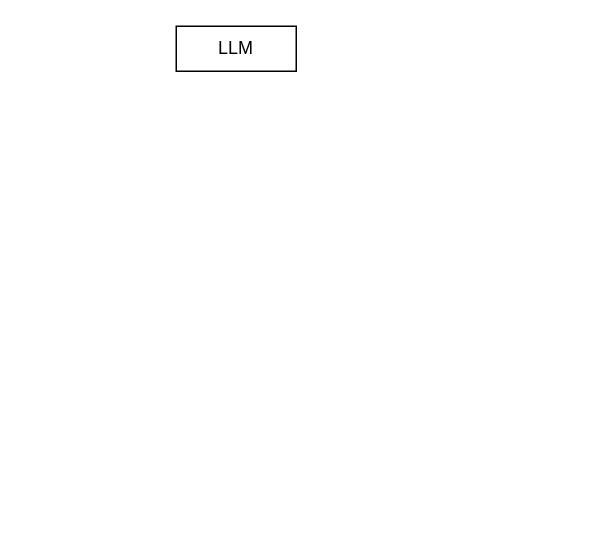
XPengZhao/Data-Visualization keeps this draw.io diagram as docs/Untitled Diagram.drawio. Above is the earlier version. Source tidied: cells renumbered, new cells numbered last; positions are measured from the earlier drawing's top-left corner, leaving out a move shared by most shapes. Both pictures are drawn from the tidied source at 150%, with x=0, y=0 at pixel (176, 26).
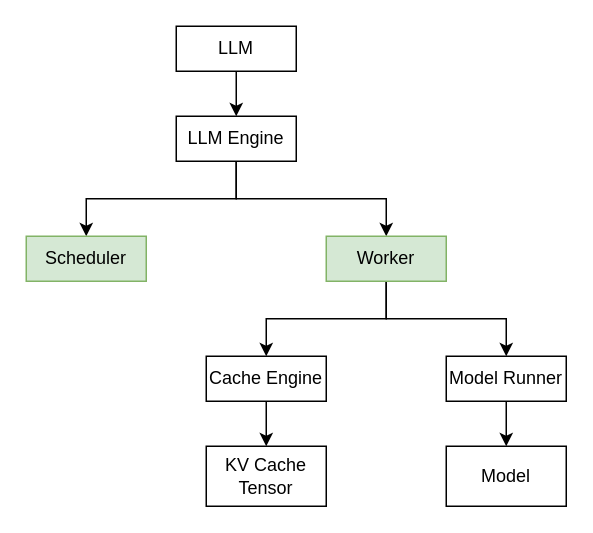
After the change.

Change to the diagram source:
```diff
@@
 <mxGraphModel>
   <root>
     <mxCell id="0" />
     <mxCell id="1" parent="0" />
+    <mxCell id="3" style="edgeStyle=orthogonalEdgeStyle;rounded=0;jettySize=auto;html=1;" parent="1" edge="1" source="2" target="6">
+      <mxGeometry relative="1" as="geometry" />
+    </mxCell>
     <mxCell id="2" value="LLM" style="rounded=0;whiteSpace=wrap;html=1;" parent="1" vertex="1">
       <mxGeometry width="80" height="30" as="geometry" />
     </mxCell>
+    <mxCell id="4" style="edgeStyle=orthogonalEdgeStyle;rounded=0;jettySize=auto;html=1;exitX=0.5;exitY=1;exitDx=0;exitDy=0;entryX=0.5;entryY=0;entryDx=0;entryDy=0;" parent="1" edge="1" source="6" target="7">
+      <mxGeometry relative="1" as="geometry" />
+    </mxCell>
+    <mxCell id="5" style="edgeStyle=orthogonalEdgeStyle;rounded=0;jettySize=auto;html=1;exitX=0.5;exitY=1;exitDx=0;exitDy=0;entryX=0.5;entryY=0;entryDx=0;entryDy=0;" parent="1" edge="1" source="6" target="10">
+      <mxGeometry relative="1" as="geometry" />
+    </mxCell>
+    <mxCell id="6" value="LLM Engine" style="rounded=0;whiteSpace=wrap;html=1;" parent="1" vertex="1">
+      <mxGeometry y="60" width="80" height="30" as="geometry" />
+    </mxCell>
+    <mxCell id="7" value="Scheduler" style="rounded=0;whiteSpace=wrap;html=1;fillColor=#d5e8d4;strokeColor=#82b366;" parent="1" vertex="1">
+      <mxGeometry x="-100" y="140" width="80" height="30" as="geometry" />
+    </mxCell>
+    <mxCell id="8" style="edgeStyle=orthogonalEdgeStyle;rounded=0;jettySize=auto;html=1;exitX=0.5;exitY=1;exitDx=0;exitDy=0;entryX=0.5;entryY=0;entryDx=0;entryDy=0;" parent="1" edge="1" source="10" target="11">
+      <mxGeometry relative="1" as="geometry" />
+    </mxCell>
+    <mxCell id="9" style="edgeStyle=orthogonalEdgeStyle;rounded=0;jettySize=auto;html=1;exitX=0.5;exitY=1;exitDx=0;exitDy=0;entryX=0.5;entryY=0;entryDx=0;entryDy=0;" parent="1" edge="1" source="10" target="12">
+      <mxGeometry relative="1" as="geometry" />
+    </mxCell>
+    <mxCell id="10" value="Worker" style="rounded=0;whiteSpace=wrap;html=1;fillColor=#d5e8d4;strokeColor=#82b366;" parent="1" vertex="1">
+      <mxGeometry x="100" y="140" width="80" height="30" as="geometry" />
+    </mxCell>
+    <mxCell id="11" value="Cache Engine" style="rounded=0;whiteSpace=wrap;html=1;" parent="1" vertex="1">
+      <mxGeometry x="20" y="220" width="80" height="30" as="geometry" />
+    </mxCell>
+    <mxCell id="12" value="Model Runner" style="rounded=0;whiteSpace=wrap;html=1;" parent="1" vertex="1">
+      <mxGeometry x="180" y="220" width="80" height="30" as="geometry" />
+    </mxCell>
+    <mxCell id="13" style="endArrow=classic;html=1;rounded=0;exitX=0.5;exitY=1;exitDx=0;exitDy=0;entryX=0.5;entryY=0;entryDx=0;entryDy=0;" parent="1" edge="1" source="11" target="14">
+      <mxGeometry relative="1" as="geometry" />
+    </mxCell>
+    <mxCell id="14" value="KV Cache Tensor" style="rounded=0;whiteSpace=wrap;html=1;" parent="1" vertex="1">
+      <mxGeometry x="20" y="280" width="80" height="40" as="geometry" />
+    </mxCell>
+    <mxCell id="15" value="Model" style="rounded=0;whiteSpace=wrap;html=1;" parent="1" vertex="1">
+      <mxGeometry x="180" y="280" width="80" height="40" as="geometry" />
+    </mxCell>
+    <mxCell id="16" style="endArrow=classic;html=1;rounded=0;exitX=0.5;exitY=1;exitDx=0;exitDy=0;entryX=0.5;entryY=0;entryDx=0;entryDy=0;" parent="1" edge="1" source="12" target="15">
+      <mxGeometry relative="1" as="geometry" />
+    </mxCell>
   </root>
 </mxGraphModel>
```
